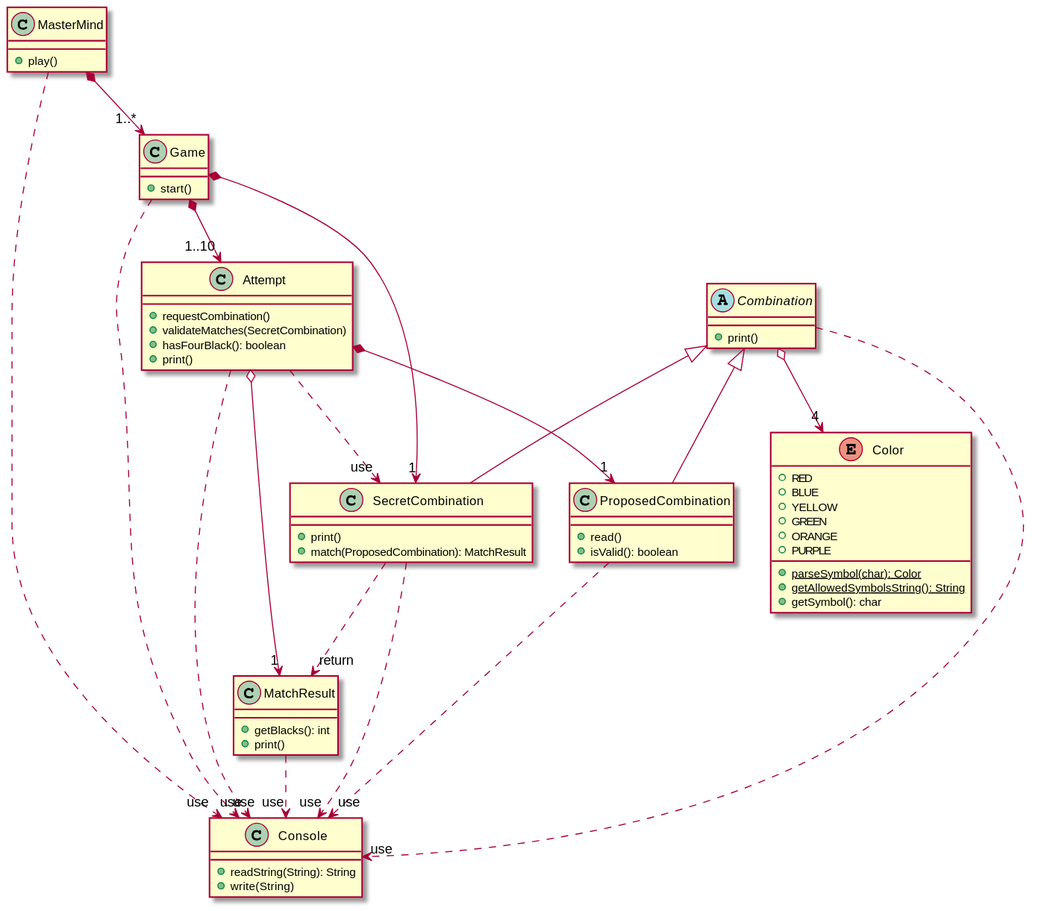
This is docs/design-class-diagram.svg from betanzos/master-mind, a PlantUML export, as it was before one commit.
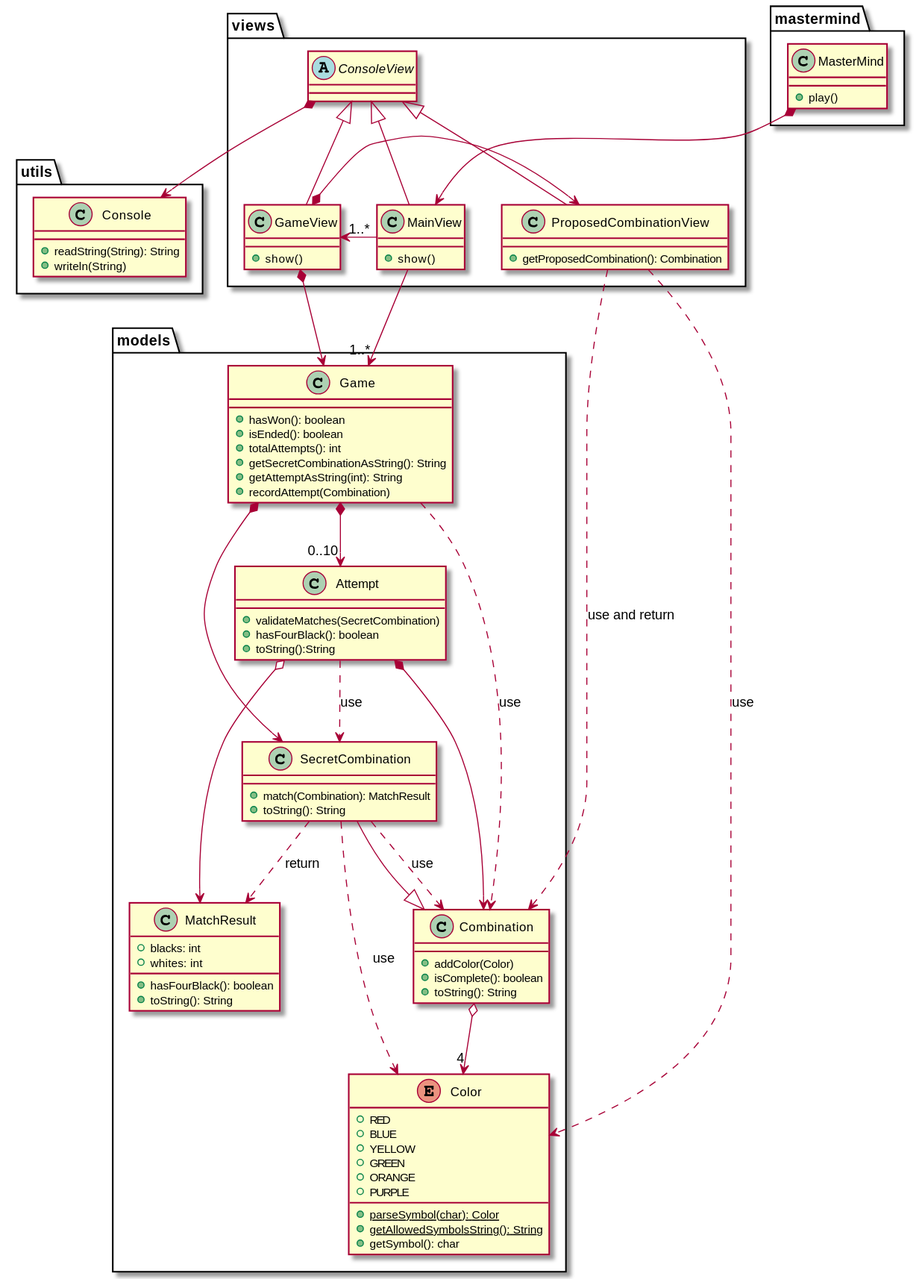
Above is the later version.

Diff of the diagram source:
```diff
@@ -1,77 +1,97 @@
 @startuml
-class MasterMind {
-    +play()
+namespace mastermind {
+    class MasterMind {
+        +play()
+    }
+    MasterMind *--> views.MainView
 }
 
-class Game {
-    +start()
+namespace models {
+    class Game {
+        +hasWon(): boolean
+        +isEnded(): boolean
+        +totalAttempts(): int
+        +getSecretCombinationAsString(): String
+        +getAttemptAsString(int): String
+        +recordAttempt(Combination)
+    }
+    Game *--> SecretCombination
+    Game *--> "0..10" Attempt
+    Game ..> Combination : use
+
+    class Combination {
+        +addColor(Color)
+        +isComplete(): boolean
+        +toString(): String
+    }
+    Combination o--> "4" Color
+
+    class SecretCombination extends Combination {
+        +match(Combination): MatchResult
+        +toString(): String
+    }
+    SecretCombination ..> Combination : use
+    SecretCombination ..> MatchResult : return
+    SecretCombination ..> Color : use
+
+    enum Color {
+        +RED
+        +BLUE
+        +YELLOW
+        +GREEN
+        +ORANGE
+        +PURPLE
+
+        +{static}parseSymbol(char): Color
+        +{static}getAllowedSymbolsString(): String
+        +getSymbol(): char
+    }
+
+    class Attempt {
+        +validateMatches(SecretCombination)
+        +hasFourBlack(): boolean
+        +toString():String
+    }
+    Attempt *--> Combination
+    Attempt o--> MatchResult
+    Attempt ..> SecretCombination : use
+
+    class MatchResult {
+        +blacks: int
+        +whites: int
+        +hasFourBlack(): boolean
+        +toString(): String
+    }
 }
 
-abstract class Combination {
-    +print()
-}
-class SecretCombination {
-    +print()
-    +match(ProposedCombination): MatchResult
-}
-class ProposedCombination {
-    +read()
-    +isValid(): boolean
+namespace utils {
+    class Console {
+        +readString(String): String
+        +writeln(String)
+    }
 }
 
-enum Color {
-    +RED
-    +BLUE
-    +YELLOW
-    +GREEN
-    +ORANGE
-    +PURPLE
+namespace views {
+    abstract class ConsoleView {
+    }
+    ConsoleView *--> utils.Console
 
-    +{static}parseSymbol(char): Color
-    +{static}getAllowedSymbolsString(): String
-    +getSymbol(): char
+    class MainView extends ConsoleView {
+        +show()
+    }
+    MainView -right-> "1..*" GameView
+    MainView -down-> "1..*" models.Game
+
+    class GameView extends ConsoleView {
+        +show()
+    }
+    GameView *-right-> ProposedCombinationView
+    GameView *--> models.Game
+
+    class ProposedCombinationView extends ConsoleView {
+        +getProposedCombination(): Combination
+    }
+    ProposedCombinationView ..> models.Combination : use and return
+    ProposedCombinationView ..> models.Color : use
 }
-
-class Attempt {
-    +requestCombination()
-    +validateMatches(SecretCombination)
-    +hasFourBlack(): boolean
-    +print()
-}
-
-class MatchResult {
-    +getBlacks(): int
-    +print()
-}
-
-class Console {
-    +readString(String): String
-    +write(String)
-}
-
-
-MasterMind *--> "1..*" Game
-MasterMind ..> "use" Console
-
-Game *--> "1" SecretCombination
-Game *--> "1..10" Attempt
-Game ..> "use" Console
-
-Combination <|-- SecretCombination
-Combination <|-- ProposedCombination
-Combination o--> "4" Color
-Combination ..> "use" Console
-
-ProposedCombination ..> "use" Console
-
-SecretCombination ..> "return" MatchResult
-SecretCombination ..> "use" Console
-
-Attempt *--> "1" ProposedCombination
-Attempt o--> "1" MatchResult
-Attempt ..> "use" SecretCombination
-Attempt ..> "use" Console
-
-MatchResult ..> "use" Console
-
 @enduml
```
